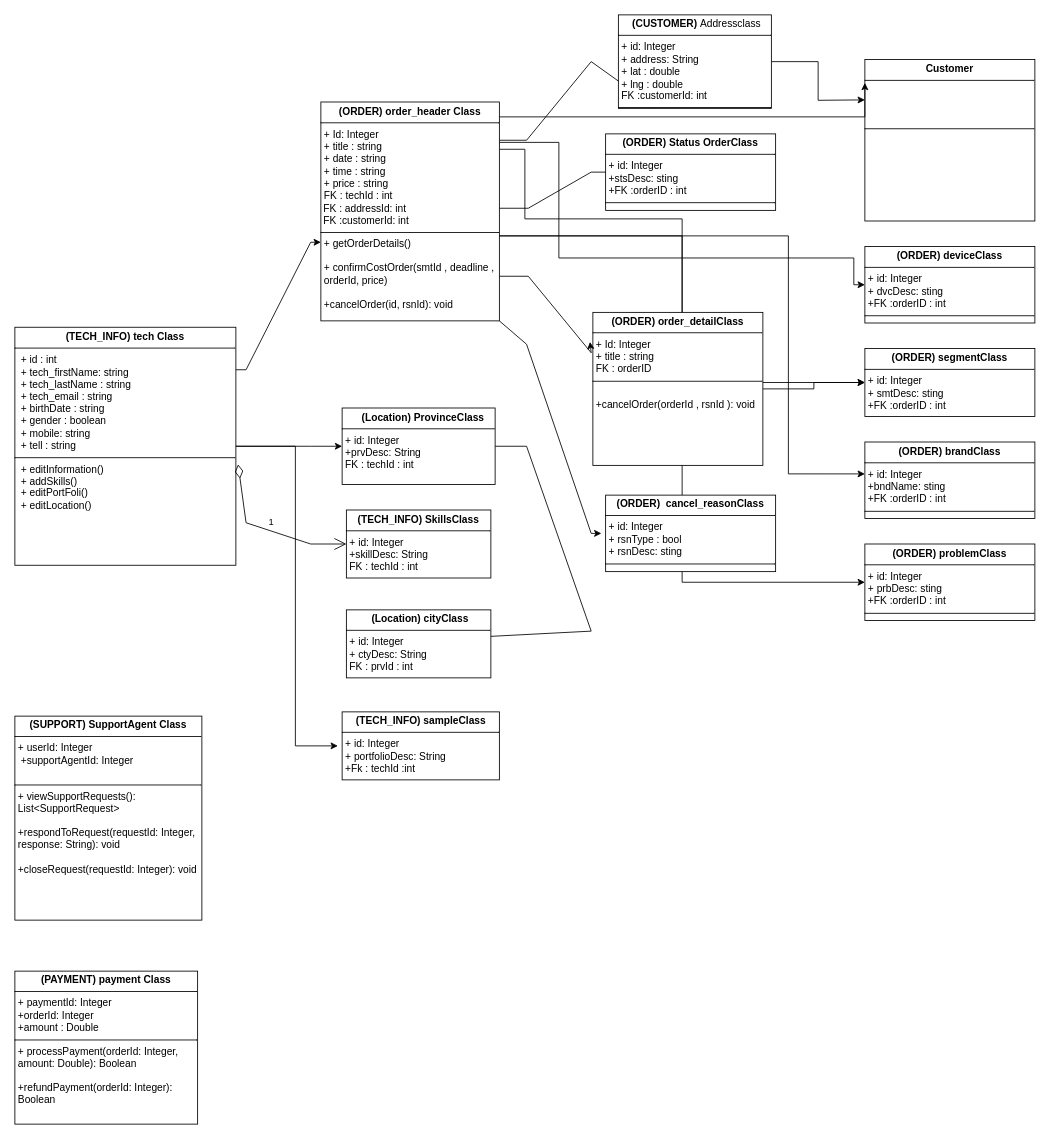
Earlier version of the draw.io diagram tech.drawio (reyhanehSP/pwaTech). Source tidied: cells renumbered, new cells numbered last; positions are measured from the earlier drawing's top-left corner, leaving out a move shared by most shapes. Both pictures are drawn from the tidied source at 85%, with x=0, y=0 at pixel (14, 14).
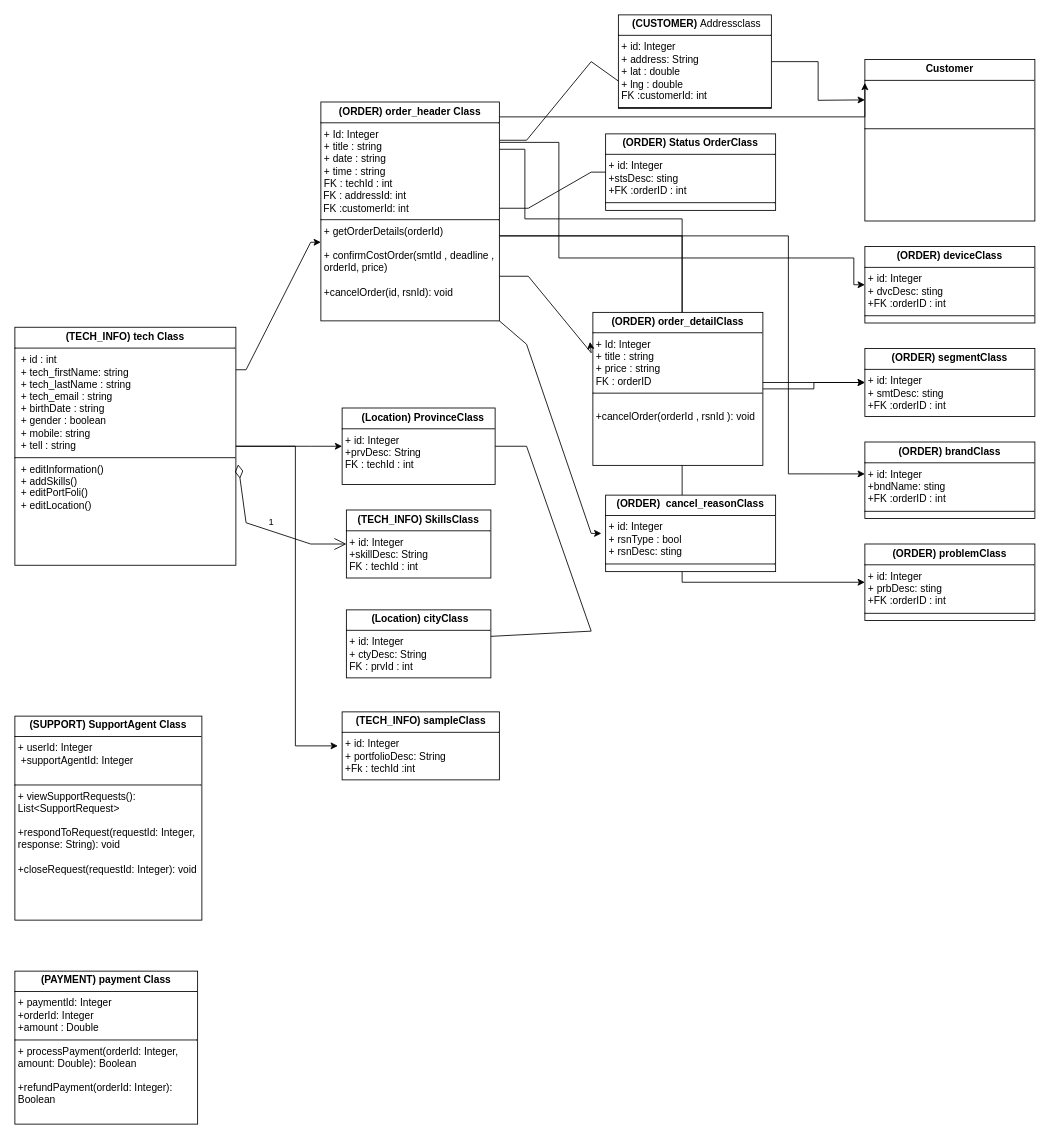
The same diagram, later.

Diff of the diagram source:
```diff
@@
-    <mxCell id="11" value="&lt;p style=&quot;margin:0px;margin-top:4px;text-align:center;&quot;&gt;&lt;b&gt;(ORDER)&amp;nbsp;&lt;/b&gt;&lt;b style=&quot;background-color: initial;&quot;&gt;order_header Class&lt;/b&gt;&lt;/p&gt;&lt;hr size=&quot;1&quot; style=&quot;border-style:solid;&quot;&gt;&lt;p style=&quot;margin:0px;margin-left:4px;&quot;&gt;+ Id: Integer&lt;/p&gt;&lt;p style=&quot;margin:0px;margin-left:4px;&quot;&gt;+ title : string&lt;/p&gt;&lt;p style=&quot;margin:0px;margin-left:4px;&quot;&gt;+ date : string&lt;br&gt;+ time : string&lt;br&gt;+ price : string&lt;/p&gt;&lt;p style=&quot;margin:0px;margin-left:4px;&quot;&gt;&lt;span style=&quot;background-color: initial;&quot;&gt;FK : techId : int&lt;/span&gt;&lt;/p&gt;&amp;nbsp;FK : addressId: int&lt;div&gt;&amp;nbsp;FK :customerId: int&lt;br&gt;&lt;hr size=&quot;1&quot; style=&quot;border-style:solid;&quot;&gt;&lt;p style=&quot;margin:0px;margin-left:4px;&quot;&gt;+ getOrderDetails()&lt;/p&gt;&lt;p style=&quot;margin:0px;margin-left:4px;&quot;&gt;&lt;br&gt;+ confirmCostOrder(smtId , deadline , orderId, price)&lt;/p&gt;&lt;p style=&quot;margin:0px;margin-left:4px;&quot;&gt;&lt;br&gt;&lt;/p&gt;&lt;p style=&quot;margin:0px;margin-left:4px;&quot;&gt;+cancelOrder(id, rsnId): void&lt;/p&gt;&lt;p style=&quot;margin:0px;margin-left:4px;&quot;&gt;&lt;br&gt;&lt;br&gt;&lt;/p&gt;&lt;/div&gt;" style="verticalAlign=top;align=left;overflow=fill;html=1;whiteSpace=wrap;" parent="1" vertex="1">
+    <mxCell id="11" value="&lt;p style=&quot;margin:0px;margin-top:4px;text-align:center;&quot;&gt;&lt;b&gt;(ORDER)&amp;nbsp;&lt;/b&gt;&lt;b style=&quot;background-color: initial;&quot;&gt;order_header Class&lt;/b&gt;&lt;/p&gt;&lt;hr size=&quot;1&quot; style=&quot;border-style:solid;&quot;&gt;&lt;p style=&quot;margin:0px;margin-left:4px;&quot;&gt;+ Id: Integer&lt;/p&gt;&lt;p style=&quot;margin:0px;margin-left:4px;&quot;&gt;+ title : string&lt;/p&gt;&lt;p style=&quot;margin:0px;margin-left:4px;&quot;&gt;+ date : string&lt;br&gt;+ time : string&lt;br&gt;&lt;/p&gt;&lt;p style=&quot;margin:0px;margin-left:4px;&quot;&gt;&lt;span style=&quot;background-color: initial;&quot;&gt;FK : techId : int&lt;/span&gt;&lt;/p&gt;&amp;nbsp;FK : addressId: int&lt;div&gt;&amp;nbsp;FK :customerId: int&lt;br&gt;&lt;hr size=&quot;1&quot; style=&quot;border-style:solid;&quot;&gt;&lt;p style=&quot;margin:0px;margin-left:4px;&quot;&gt;+ getOrderDetails(orderId)&lt;/p&gt;&lt;p style=&quot;margin:0px;margin-left:4px;&quot;&gt;&lt;br&gt;+ confirmCostOrder(smtId , deadline , orderId, price)&lt;/p&gt;&lt;p style=&quot;margin:0px;margin-left:4px;&quot;&gt;&lt;br&gt;&lt;/p&gt;&lt;p style=&quot;margin:0px;margin-left:4px;&quot;&gt;+cancelOrder(id, rsnId): void&lt;/p&gt;&lt;p style=&quot;margin:0px;margin-left:4px;&quot;&gt;&lt;br&gt;&lt;br&gt;&lt;/p&gt;&lt;/div&gt;" style="verticalAlign=top;align=left;overflow=fill;html=1;whiteSpace=wrap;" parent="1" vertex="1">
       <mxGeometry x="360" y="102.5" width="210" height="257.5" as="geometry" />
     </mxCell>
@@
-    <mxCell id="24" value="&lt;p style=&quot;margin:0px;margin-top:4px;text-align:center;&quot;&gt;&lt;b&gt;(&lt;/b&gt;&lt;b&gt;ORDER&lt;/b&gt;&lt;b&gt;)&amp;nbsp;&lt;/b&gt;&lt;b style=&quot;background-color: initial;&quot;&gt;order_detailClass&lt;/b&gt;&lt;/p&gt;&lt;hr size=&quot;1&quot; style=&quot;border-style:solid;&quot;&gt;&lt;p style=&quot;margin:0px;margin-left:4px;&quot;&gt;+ Id: Integer&lt;/p&gt;&lt;p style=&quot;margin:0px;margin-left:4px;&quot;&gt;+ title : string&lt;/p&gt;&lt;p style=&quot;margin:0px;margin-left:4px;&quot;&gt;FK : orderID&lt;/p&gt;&lt;hr size=&quot;1&quot; style=&quot;border-style:solid;&quot;&gt;&lt;p style=&quot;margin:0px;margin-left:4px;&quot;&gt;&lt;br&gt;+cancelOrder(orderId , rsnId ): void&lt;br&gt;&lt;br&gt;&lt;br&gt;&lt;/p&gt;" style="verticalAlign=top;align=left;overflow=fill;html=1;whiteSpace=wrap;" parent="1" vertex="1">
+    <mxCell id="24" value="&lt;p style=&quot;margin:0px;margin-top:4px;text-align:center;&quot;&gt;&lt;b&gt;(&lt;/b&gt;&lt;b&gt;ORDER&lt;/b&gt;&lt;b&gt;)&amp;nbsp;&lt;/b&gt;&lt;b style=&quot;background-color: initial;&quot;&gt;order_detailClass&lt;/b&gt;&lt;/p&gt;&lt;hr size=&quot;1&quot; style=&quot;border-style:solid;&quot;&gt;&lt;p style=&quot;margin:0px;margin-left:4px;&quot;&gt;+ Id: Integer&lt;/p&gt;&lt;p style=&quot;margin:0px;margin-left:4px;&quot;&gt;+ title : string&lt;/p&gt;&lt;p style=&quot;margin:0px;margin-left:4px;&quot;&gt;+ price : string&lt;/p&gt;&lt;p style=&quot;margin:0px;margin-left:4px;&quot;&gt;FK : orderID&lt;/p&gt;&lt;hr size=&quot;1&quot; style=&quot;border-style:solid;&quot;&gt;&lt;p style=&quot;margin:0px;margin-left:4px;&quot;&gt;&lt;br&gt;+cancelOrder(orderId , rsnId ): void&lt;br&gt;&lt;br&gt;&lt;br&gt;&lt;/p&gt;" style="verticalAlign=top;align=left;overflow=fill;html=1;whiteSpace=wrap;" parent="1" vertex="1">
       <mxGeometry x="680" y="350" width="200" height="180" as="geometry" />
     </mxCell>
```
